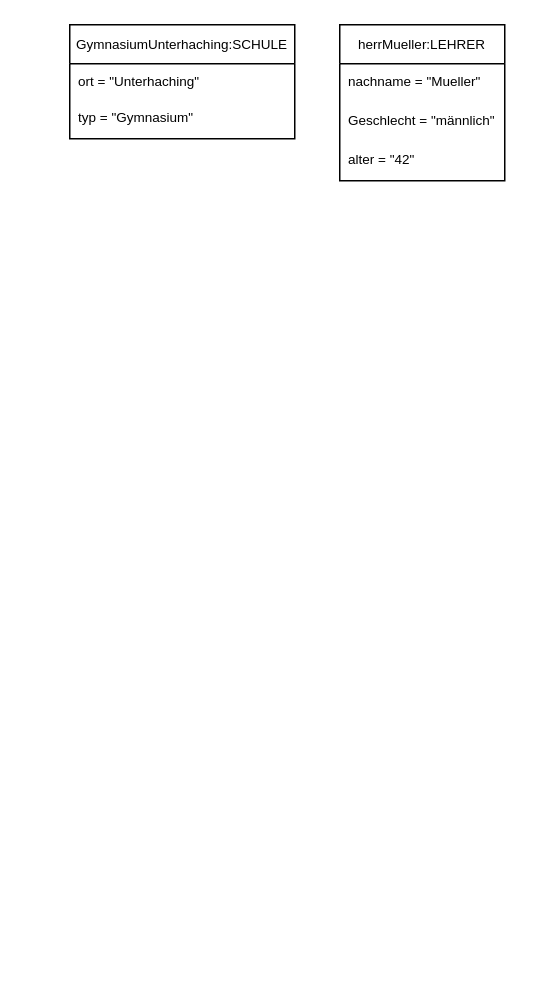
Above: Untitled Diagram.drawio in Sainaamr/figure (draw.io), before the change. Source tidied: cells renumbered, new cells numbered last; positions are measured from the earlier drawing's top-left corner, leaving out a move shared by most shapes. Both pictures are drawn from the tidied source at 150%, with x=0, y=0 at pixel (69, 24).
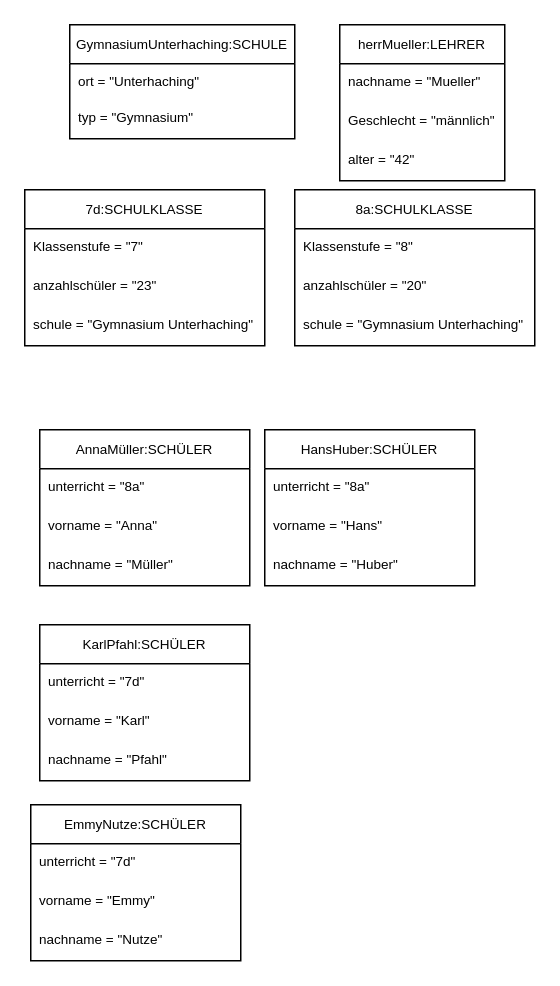
The same diagram, later.

Change to the diagram source:
```diff
@@
+    <mxCell id="9" value="7d:SCHULKLASSE" style="swimlane;fontStyle=0;horizontal=1;startSize=26;fontSize=9;" parent="1" vertex="1">
+      <mxGeometry x="-30" y="110" width="160" height="104" as="geometry" />
+    </mxCell>
+    <mxCell id="10" value="Klassenstufe = &quot;7&quot;" style="text;strokeColor=none;fillColor=none;align=left;verticalAlign=top;spacingLeft=4;spacingRight=4;overflow=hidden;fontSize=9;" parent="9" vertex="1">
+      <mxGeometry y="26" width="160" height="26" as="geometry" />
+    </mxCell>
+    <mxCell id="11" value="anzahlschüler = &quot;23&quot;" style="text;strokeColor=none;fillColor=none;align=left;verticalAlign=top;spacingLeft=4;spacingRight=4;overflow=hidden;fontSize=9;" parent="9" vertex="1">
+      <mxGeometry y="52" width="160" height="26" as="geometry" />
+    </mxCell>
+    <mxCell id="12" value="schule = &quot;Gymnasium Unterhaching&quot;" style="text;strokeColor=none;fillColor=none;align=left;verticalAlign=top;spacingLeft=4;spacingRight=4;overflow=hidden;fontSize=9;" parent="9" vertex="1">
+      <mxGeometry y="78" width="160" height="26" as="geometry" />
+    </mxCell>
+    <mxCell id="13" value="8a:SCHULKLASSE" style="swimlane;fontStyle=0;horizontal=1;startSize=26;fontSize=9;" parent="1" vertex="1">
+      <mxGeometry x="150" y="110" width="160" height="104" as="geometry" />
+    </mxCell>
+    <mxCell id="14" value="Klassenstufe = &quot;8&quot;" style="text;strokeColor=none;fillColor=none;align=left;verticalAlign=top;spacingLeft=4;spacingRight=4;overflow=hidden;fontSize=9;" parent="13" vertex="1">
+      <mxGeometry y="26" width="160" height="26" as="geometry" />
+    </mxCell>
+    <mxCell id="15" value="anzahlschüler = &quot;20&quot;" style="text;strokeColor=none;fillColor=none;align=left;verticalAlign=top;spacingLeft=4;spacingRight=4;overflow=hidden;fontSize=9;" parent="13" vertex="1">
+      <mxGeometry y="52" width="160" height="26" as="geometry" />
+    </mxCell>
+    <mxCell id="16" value="schule = &quot;Gymnasium Unterhaching&quot;" style="text;strokeColor=none;fillColor=none;align=left;verticalAlign=top;spacingLeft=4;spacingRight=4;overflow=hidden;fontSize=9;" parent="13" vertex="1">
+      <mxGeometry y="78" width="160" height="26" as="geometry" />
+    </mxCell>
+    <mxCell id="17" value="AnnaMüller:SCHÜLER" style="swimlane;fontStyle=0;horizontal=1;startSize=26;fontSize=9;" parent="1" vertex="1">
+      <mxGeometry x="-20" y="270" width="140" height="104" as="geometry" />
+    </mxCell>
+    <mxCell id="18" value="unterricht = &quot;8a&quot;" style="text;strokeColor=none;fillColor=none;align=left;verticalAlign=top;spacingLeft=4;spacingRight=4;overflow=hidden;fontSize=9;" parent="17" vertex="1">
+      <mxGeometry y="26" width="140" height="26" as="geometry" />
+    </mxCell>
+    <mxCell id="19" value="vorname = &quot;Anna&quot;" style="text;strokeColor=none;fillColor=none;align=left;verticalAlign=top;spacingLeft=4;spacingRight=4;overflow=hidden;fontSize=9;" parent="17" vertex="1">
+      <mxGeometry y="52" width="140" height="26" as="geometry" />
+    </mxCell>
+    <mxCell id="20" value="nachname = &quot;Müller&quot;" style="text;strokeColor=none;fillColor=none;align=left;verticalAlign=top;spacingLeft=4;spacingRight=4;overflow=hidden;fontSize=9;" parent="17" vertex="1">
+      <mxGeometry y="78" width="140" height="26" as="geometry" />
+    </mxCell>
+    <mxCell id="21" value="HansHuber:SCHÜLER" style="swimlane;fontStyle=0;horizontal=1;startSize=26;fontSize=9;" parent="1" vertex="1">
+      <mxGeometry x="130" y="270" width="140" height="104" as="geometry" />
+    </mxCell>
+    <mxCell id="22" value="unterricht = &quot;8a&quot;" style="text;strokeColor=none;fillColor=none;align=left;verticalAlign=top;spacingLeft=4;spacingRight=4;overflow=hidden;fontSize=9;" parent="21" vertex="1">
+      <mxGeometry y="26" width="140" height="26" as="geometry" />
+    </mxCell>
+    <mxCell id="23" value="vorname = &quot;Hans&quot;" style="text;strokeColor=none;fillColor=none;align=left;verticalAlign=top;spacingLeft=4;spacingRight=4;overflow=hidden;fontSize=9;" parent="21" vertex="1">
+      <mxGeometry y="52" width="140" height="26" as="geometry" />
+    </mxCell>
+    <mxCell id="24" value="nachname = &quot;Huber&quot;" style="text;strokeColor=none;fillColor=none;align=left;verticalAlign=top;spacingLeft=4;spacingRight=4;overflow=hidden;fontSize=9;" parent="21" vertex="1">
+      <mxGeometry y="78" width="140" height="26" as="geometry" />
+    </mxCell>
+    <mxCell id="25" value="KarlPfahl:SCHÜLER" style="swimlane;fontStyle=0;horizontal=1;startSize=26;fontSize=9;" parent="1" vertex="1">
+      <mxGeometry x="-20" y="400" width="140" height="104" as="geometry" />
+    </mxCell>
+    <mxCell id="26" value="unterricht = &quot;7d&quot;" style="text;strokeColor=none;fillColor=none;align=left;verticalAlign=top;spacingLeft=4;spacingRight=4;overflow=hidden;fontSize=9;" parent="25" vertex="1">
+      <mxGeometry y="26" width="140" height="26" as="geometry" />
+    </mxCell>
+    <mxCell id="27" value="vorname = &quot;Karl&quot;" style="text;strokeColor=none;fillColor=none;align=left;verticalAlign=top;spacingLeft=4;spacingRight=4;overflow=hidden;fontSize=9;" parent="25" vertex="1">
+      <mxGeometry y="52" width="140" height="26" as="geometry" />
+    </mxCell>
+    <mxCell id="28" value="nachname = &quot;Pfahl&quot;" style="text;strokeColor=none;fillColor=none;align=left;verticalAlign=top;spacingLeft=4;spacingRight=4;overflow=hidden;fontSize=9;" parent="25" vertex="1">
+      <mxGeometry y="78" width="140" height="26" as="geometry" />
+    </mxCell>
+    <mxCell id="29" value="EmmyNutze:SCHÜLER" style="swimlane;fontStyle=0;horizontal=1;startSize=26;fontSize=9;" parent="1" vertex="1">
+      <mxGeometry x="-26" y="520" width="140" height="104" as="geometry" />
+    </mxCell>
+    <mxCell id="30" value="unterricht = &quot;7d&quot;" style="text;strokeColor=none;fillColor=none;align=left;verticalAlign=top;spacingLeft=4;spacingRight=4;overflow=hidden;fontSize=9;" parent="29" vertex="1">
+      <mxGeometry y="26" width="140" height="26" as="geometry" />
+    </mxCell>
+    <mxCell id="31" value="vorname = &quot;Emmy&quot;" style="text;strokeColor=none;fillColor=none;align=left;verticalAlign=top;spacingLeft=4;spacingRight=4;overflow=hidden;fontSize=9;" parent="29" vertex="1">
+      <mxGeometry y="52" width="140" height="26" as="geometry" />
+    </mxCell>
+    <mxCell id="32" value="nachname = &quot;Nutze&quot;" style="text;strokeColor=none;fillColor=none;align=left;verticalAlign=top;spacingLeft=4;spacingRight=4;overflow=hidden;fontSize=9;" parent="29" vertex="1">
+      <mxGeometry y="78" width="140" height="26" as="geometry" />
+    </mxCell>
```
